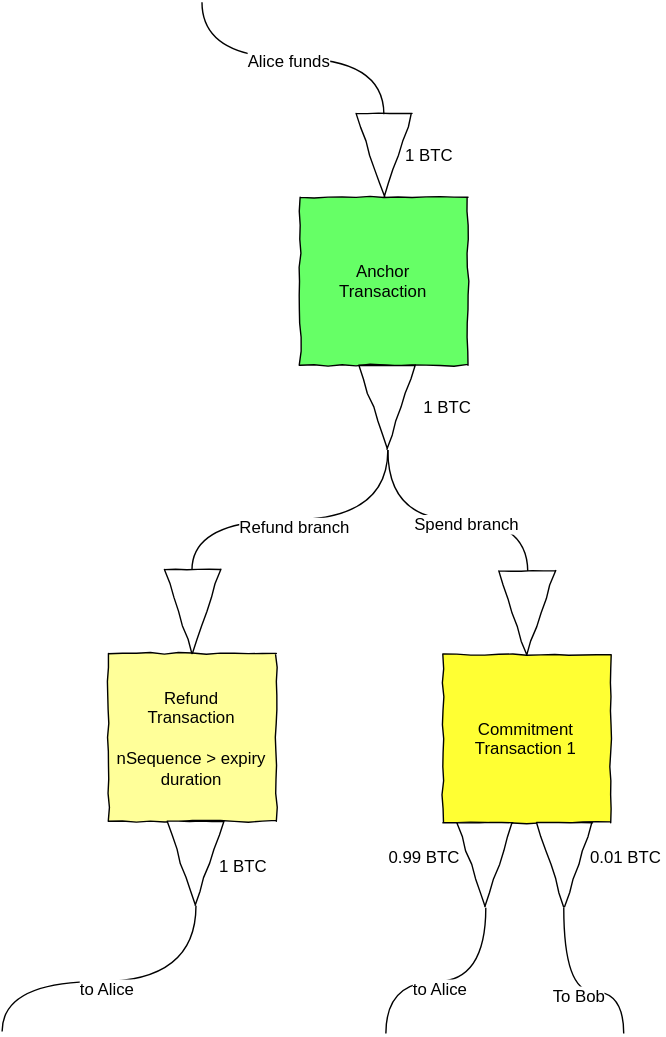
Above: Simple_Channel3.svg in PayChan/bitcoin-payment-channels-taxonomy (draw.io), before the change. Source tidied: cells renumbered, new cells last; positions are measured from the earlier drawing's top-left corner, leaving out a move shared by most shapes.
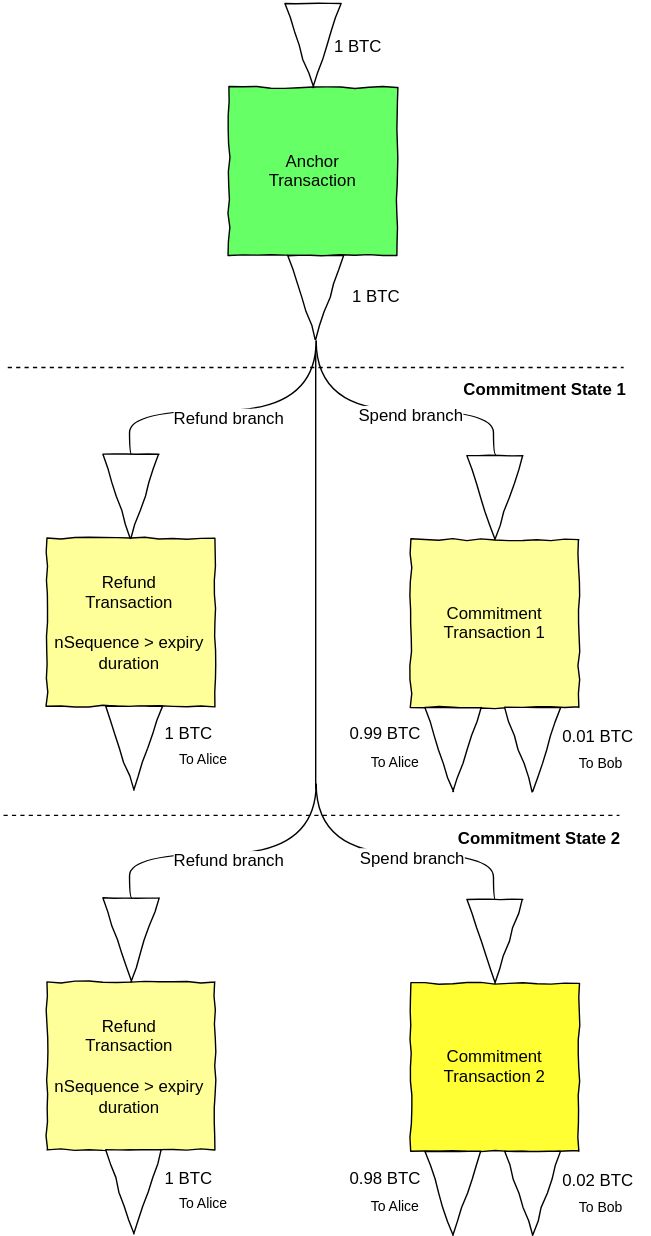
After the change.

Commit message:
Add recharging the channel and other stuff

What changed in the source:
```diff
@@ -3,162 +3,195 @@
     <mxCell id="0" />
     <mxCell id="1" parent="0" />
     <mxCell id="2" value="Anchor&lt;div&gt;Transaction&lt;/div&gt;" style="whiteSpace=wrap;html=1;comic=1;fillColor=#66FF66;" parent="1" vertex="1">
-      <mxGeometry x="214" y="139.4" width="120" height="120" as="geometry" />
+      <mxGeometry x="55" y="-1722" width="120" height="120" as="geometry" />
     </mxCell>
     <mxCell id="3" style="triangle;whiteSpace=wrap;html=1;comic=1;rotation=90;" parent="1" vertex="1">
-      <mxGeometry x="244" y="89.4" width="60" height="40" as="geometry" />
+      <mxGeometry x="85" y="-1772" width="60" height="40" as="geometry" />
     </mxCell>
     <mxCell id="4" style="triangle;whiteSpace=wrap;html=1;comic=1;rotation=90;" parent="1" vertex="1">
-      <mxGeometry x="246" y="269.4" width="60" height="40" as="geometry" />
+      <mxGeometry x="87" y="-1592" width="60" height="40" as="geometry" />
     </mxCell>
-    <mxCell id="5" style="endArrow=none;html=1;edgeStyle=orthogonalEdgeStyle;entryX=0;entryY=0.5;endFill=0;curved=1;" parent="1" edge="1">
-      <mxGeometry x="300" y="4390.4" as="geometry">
-        <mxPoint x="143.9" as="sourcePoint" />
-        <mxPoint x="273.9" y="80" as="targetPoint" />
+    <mxCell id="5" style="endArrow=none;html=1;edgeStyle=orthogonalEdgeStyle;endFill=0;curved=1;exitX=1;exitY=0.5;entryX=0;entryY=0.5;" parent="1" edge="1" source="4" target="17">
+      <mxGeometry x="288" y="2859" as="geometry">
         <Array as="points">
-          <mxPoint x="144" y="39.4" />
-          <mxPoint x="274" y="39.4" />
+          <mxPoint x="117" y="-1491.4" />
+          <mxPoint x="244" y="-1491.4" />
         </Array>
       </mxGeometry>
     </mxCell>
-    <mxCell id="6" value="Alice funds" style="text;html=1;align=center;verticalAlign=middle;labelBackgroundColor=#ffffff;" parent="5" vertex="1">
+    <mxCell id="6" value="Spend branch" style="text;html=1;align=center;verticalAlign=middle;labelBackgroundColor=#ffffff;" parent="5" vertex="1">
       <mxGeometry relative="1" as="geometry">
-        <mxPoint x="-4" y="1" as="offset" />
+        <mxPoint x="12" y="2" as="offset" />
       </mxGeometry>
     </mxCell>
-    <mxCell id="7" value="Alice funds" style="text;html=1;align=center;verticalAlign=middle;labelBackgroundColor=#ffffff;" parent="1" vertex="1">
-      <mxGeometry x="205.6" y="41" as="geometry">
-        <mxPoint x="-4" y="1" as="offset" />
+    <mxCell id="7" value="Spend branch" style="text;html=1;align=center;verticalAlign=middle;labelBackgroundColor=#ffffff;" parent="1" vertex="1">
+      <mxGeometry x="184.3" y="-1489.3" as="geometry">
+        <mxPoint x="12" y="2" as="offset" />
       </mxGeometry>
     </mxCell>
-    <mxCell id="8" style="endArrow=none;html=1;edgeStyle=orthogonalEdgeStyle;endFill=0;curved=1;exitX=1;exitY=0.5;entryX=0;entryY=0.5;" parent="1" edge="1" source="4" target="23">
-      <mxGeometry x="447" y="4720.4" as="geometry">
+    <mxCell id="8" style="endArrow=none;html=1;edgeStyle=orthogonalEdgeStyle;endFill=0;curved=1;exitX=1;exitY=0.5;entryX=0;entryY=0.5;" parent="1" edge="1" source="4" target="14">
+      <mxGeometry x="-2" y="2869" as="geometry">
         <Array as="points">
-          <mxPoint x="276" y="369.4" />
-          <mxPoint x="376" y="369.4" />
+          <mxPoint x="117" y="-1491.4" />
+          <mxPoint x="-16" y="-1491.4" />
         </Array>
       </mxGeometry>
     </mxCell>
-    <mxCell id="9" value="Spend branch" style="text;html=1;align=center;verticalAlign=middle;labelBackgroundColor=#ffffff;" parent="8" vertex="1">
+    <mxCell id="9" value="Refund branch" style="text;html=1;align=center;verticalAlign=middle;labelBackgroundColor=#ffffff;" parent="8" vertex="1">
       <mxGeometry relative="1" as="geometry">
-        <mxPoint x="12" y="2" as="offset" />
+        <mxPoint x="-4" y="4" as="offset" />
       </mxGeometry>
     </mxCell>
-    <mxCell id="10" value="Spend branch" style="text;html=1;align=center;verticalAlign=middle;labelBackgroundColor=#ffffff;" parent="1" vertex="1">
-      <mxGeometry x="333" y="372" as="geometry">
-        <mxPoint x="12" y="2" as="offset" />
+    <mxCell id="10" value="Refund branch" style="text;html=1;align=center;verticalAlign=middle;labelBackgroundColor=#ffffff;" parent="1" vertex="1">
+      <mxGeometry x="55" y="-1487.3" as="geometry">
+        <mxPoint x="-4" y="4" as="offset" />
       </mxGeometry>
     </mxCell>
-    <mxCell id="11" style="endArrow=none;html=1;edgeStyle=orthogonalEdgeStyle;endFill=0;curved=1;exitX=1;exitY=0.5;entryX=0;entryY=0.5;" parent="1" edge="1" source="4" target="17">
-      <mxGeometry x="157" y="4730.4" as="geometry">
-        <Array as="points">
-          <mxPoint x="276" y="369.4" />
-          <mxPoint x="137" y="369.4" />
-        </Array>
-      </mxGeometry>
+    <mxCell id="11" value="1 BTC" style="text;html=1;strokeColor=none;fillColor=none;align=center;verticalAlign=middle;whiteSpace=wrap;overflow=hidden;comic=1;" parent="1" vertex="1">
+      <mxGeometry x="126" y="-1772" width="42" height="39" as="geometry" />
     </mxCell>
-    <mxCell id="12" value="Refund branch" style="text;html=1;align=center;verticalAlign=middle;labelBackgroundColor=#ffffff;" parent="11" vertex="1">
-      <mxGeometry relative="1" as="geometry">
-        <mxPoint x="-4" y="4" as="offset" />
-      </mxGeometry>
+    <mxCell id="12" value="1 BTC" style="text;html=1;strokeColor=none;fillColor=none;align=center;verticalAlign=middle;whiteSpace=wrap;overflow=hidden;comic=1;" parent="1" vertex="1">
+      <mxGeometry x="136" y="-1592" width="48" height="39" as="geometry" />
     </mxCell>
-    <mxCell id="13" value="Refund branch" style="text;html=1;align=center;verticalAlign=middle;labelBackgroundColor=#ffffff;" parent="1" vertex="1">
-      <mxGeometry x="209.9" y="374" as="geometry">
-        <mxPoint x="-4" y="4" as="offset" />
-      </mxGeometry>
+    <mxCell id="13" value="&lt;span&gt;Refund&lt;/span&gt;&lt;div&gt;Transaction&lt;/div&gt;&lt;div&gt;&lt;br&gt;&lt;/div&gt;&lt;div&gt;nSequence &amp;gt; expiry duration&lt;/div&gt;" style="whiteSpace=wrap;html=1;comic=1;fillColor=#FFFF99;" parent="1" vertex="1">
+      <mxGeometry x="-75" y="-1400" width="120" height="120" as="geometry" />
     </mxCell>
-    <mxCell id="14" value="1 BTC" style="text;html=1;strokeColor=none;fillColor=none;align=center;verticalAlign=middle;whiteSpace=wrap;overflow=hidden;comic=1;" parent="1" vertex="1">
-      <mxGeometry x="285" y="89.4" width="42" height="39" as="geometry" />
+    <mxCell id="14" style="triangle;whiteSpace=wrap;html=1;comic=1;rotation=90;" parent="1" vertex="1">
+      <mxGeometry x="-45" y="-1450" width="60" height="40" as="geometry" />
     </mxCell>
-    <mxCell id="15" value="1 BTC" style="text;html=1;strokeColor=none;fillColor=none;align=center;verticalAlign=middle;whiteSpace=wrap;overflow=hidden;comic=1;" parent="1" vertex="1">
-      <mxGeometry x="295" y="269.4" width="48" height="39" as="geometry" />
+    <mxCell id="15" style="triangle;whiteSpace=wrap;html=1;comic=1;rotation=90;" parent="1" vertex="1">
+      <mxGeometry x="-43" y="-1270" width="60" height="40" as="geometry" />
     </mxCell>
-    <mxCell id="16" value="&lt;span&gt;Refund&lt;/span&gt;&lt;div&gt;Transaction&lt;/div&gt;&lt;div&gt;&lt;br&gt;&lt;/div&gt;&lt;div&gt;nSequence &amp;gt; expiry duration&lt;/div&gt;" style="whiteSpace=wrap;html=1;comic=1;fillColor=#FFFF99;" parent="1" vertex="1">
-      <mxGeometry x="77" y="465.4" width="120" height="120" as="geometry" />
+    <mxCell id="16" value="Commitment&lt;div&gt;Transaction 1&lt;/div&gt;" style="whiteSpace=wrap;html=1;comic=1;fillColor=#FFFF99;" parent="1" vertex="1">
+      <mxGeometry x="185" y="-1399" width="120" height="120" as="geometry" />
     </mxCell>
     <mxCell id="17" style="triangle;whiteSpace=wrap;html=1;comic=1;rotation=90;" parent="1" vertex="1">
-      <mxGeometry x="107" y="415.4" width="60" height="40" as="geometry" />
+      <mxGeometry x="215" y="-1449" width="60" height="40" as="geometry" />
     </mxCell>
     <mxCell id="18" style="triangle;whiteSpace=wrap;html=1;comic=1;rotation=90;" parent="1" vertex="1">
-      <mxGeometry x="109" y="595.4" width="60" height="40" as="geometry" />
+      <mxGeometry x="185" y="-1269" width="60" height="40" as="geometry" />
     </mxCell>
-    <mxCell id="19" style="endArrow=none;html=1;edgeStyle=orthogonalEdgeStyle;endFill=0;curved=1;exitX=1;exitY=0.5;entryX=0;entryY=0.5;" parent="1" edge="1" source="18">
-      <mxGeometry x="20" y="5060.4" as="geometry">
-        <mxPoint x="1" y="735.7" as="targetPoint" />
-        <Array as="points">
-          <mxPoint x="139" y="699.4" />
-          <mxPoint y="699.4" />
-        </Array>
-      </mxGeometry>
+    <mxCell id="19" style="triangle;whiteSpace=wrap;html=1;comic=1;rotation=90;" parent="1" vertex="1">
+      <mxGeometry x="242" y="-1269" width="60" height="40" as="geometry" />
     </mxCell>
-    <mxCell id="20" value="to Alice" style="text;html=1;align=center;verticalAlign=middle;labelBackgroundColor=#ffffff;" parent="19" vertex="1">
-      <mxGeometry relative="1" as="geometry">
-        <mxPoint x="-4" y="4" as="offset" />
-      </mxGeometry>
+    <mxCell id="20" value="&lt;div&gt;0.99 BTC&lt;/div&gt;" style="text;html=1;strokeColor=none;fillColor=none;align=center;verticalAlign=middle;whiteSpace=wrap;overflow=hidden;comic=1;" parent="1" vertex="1">
+      <mxGeometry x="138" y="-1280" width="57" height="39" as="geometry" />
     </mxCell>
-    <mxCell id="21" value="to Alice" style="text;html=1;align=center;verticalAlign=middle;labelBackgroundColor=#ffffff;" parent="1" vertex="1">
-      <mxGeometry x="75.6" y="704" as="geometry">
-        <mxPoint x="-4" y="4" as="offset" />
-      </mxGeometry>
+    <mxCell id="21" value="&lt;div&gt;0.01 BTC&lt;/div&gt;" style="text;html=1;strokeColor=none;fillColor=none;align=center;verticalAlign=middle;whiteSpace=wrap;overflow=hidden;comic=1;" parent="1" vertex="1">
+      <mxGeometry x="289" y="-1279" width="57" height="39" as="geometry" />
     </mxCell>
-    <mxCell id="22" value="Commitment&lt;div&gt;Transaction 1&lt;/div&gt;" style="whiteSpace=wrap;html=1;comic=1;fillColor=#FFFF33;" parent="1" vertex="1">
-      <mxGeometry x="316" y="466.4" width="120" height="120" as="geometry" />
+    <mxCell id="22" value="1 BTC" style="text;html=1;strokeColor=none;fillColor=none;align=center;verticalAlign=middle;whiteSpace=wrap;overflow=hidden;comic=1;" parent="1" vertex="1">
+      <mxGeometry x="2" y="-1280" width="48" height="39" as="geometry" />
     </mxCell>
-    <mxCell id="23" style="triangle;whiteSpace=wrap;html=1;comic=1;rotation=90;" parent="1" vertex="1">
-      <mxGeometry x="346" y="416.4" width="60" height="40" as="geometry" />
+    <mxCell id="23" value="&lt;font style=&quot;font-size: 10px&quot;&gt;To Alice&lt;/font&gt;" style="text;html=1;strokeColor=none;fillColor=none;align=center;verticalAlign=middle;whiteSpace=wrap;overflow=hidden;" parent="1" vertex="1">
+      <mxGeometry x="7" y="-1253.4" width="59" height="20" as="geometry" />
     </mxCell>
-    <mxCell id="24" style="triangle;whiteSpace=wrap;html=1;comic=1;rotation=90;" parent="1" vertex="1">
-      <mxGeometry x="316" y="596.4" width="60" height="40" as="geometry" />
+    <mxCell id="24" value="&lt;font style=&quot;font-size: 10px&quot;&gt;To Alice&lt;/font&gt;" style="text;html=1;strokeColor=none;fillColor=none;align=center;verticalAlign=middle;whiteSpace=wrap;overflow=hidden;" parent="1" vertex="1">
+      <mxGeometry x="144" y="-1251.4" width="59" height="20" as="geometry" />
     </mxCell>
-    <mxCell id="25" style="endArrow=none;html=1;edgeStyle=orthogonalEdgeStyle;endFill=0;curved=1;exitX=1;exitY=0.5;" parent="1" edge="1" source="24">
-      <mxGeometry x="227" y="5061.4" as="geometry">
-        <mxPoint x="275.3" y="737.1" as="targetPoint" />
-        <Array as="points">
-          <mxPoint x="346" y="700.4" />
-          <mxPoint x="274" y="700.4" />
-        </Array>
-      </mxGeometry>
+    <mxCell id="25" value="&lt;font style=&quot;font-size: 10px&quot;&gt;To Bob&lt;/font&gt;" style="text;html=1;strokeColor=none;fillColor=none;align=center;verticalAlign=middle;whiteSpace=wrap;overflow=hidden;" parent="1" vertex="1">
+      <mxGeometry x="291" y="-1250.4" width="59" height="20" as="geometry" />
     </mxCell>
-    <mxCell id="26" value="to Alice" style="text;html=1;align=center;verticalAlign=middle;labelBackgroundColor=#ffffff;" parent="25" vertex="1">
-      <mxGeometry relative="1" as="geometry">
-        <mxPoint x="-4" y="4" as="offset" />
+    <mxCell id="26" style="endArrow=none;html=1;edgeStyle=orthogonalEdgeStyle;endFill=0;curved=1;exitX=1;exitY=0.5;entryX=0;entryY=0.5;" parent="1" edge="1" target="36">
+      <mxGeometry x="288" y="3176" as="geometry">
+        <mxPoint x="117.3" y="-1224.7" as="sourcePoint" />
+        <Array as="points">
+          <mxPoint x="117" y="-1174.4" />
+          <mxPoint x="244" y="-1174.4" />
+        </Array>
       </mxGeometry>
     </mxCell>
-    <mxCell id="27" value="to Alice" style="text;html=1;align=center;verticalAlign=middle;labelBackgroundColor=#ffffff;" parent="1" vertex="1">
-      <mxGeometry x="314.1" y="704" as="geometry">
-        <mxPoint x="-4" y="4" as="offset" />
+    <mxCell id="27" value="Spend branch" style="text;html=1;align=center;verticalAlign=middle;labelBackgroundColor=#ffffff;" parent="26" vertex="1">
+      <mxGeometry relative="1" as="geometry">
+        <mxPoint x="12" y="2" as="offset" />
       </mxGeometry>
     </mxCell>
-    <mxCell id="28" style="triangle;whiteSpace=wrap;html=1;comic=1;rotation=90;" parent="1" vertex="1">
-      <mxGeometry x="373" y="596.4" width="60" height="40" as="geometry" />
+    <mxCell id="28" value="Spend branch" style="text;html=1;points=[];align=center;verticalAlign=middle;labelBackgroundColor=#ffffff;" parent="1" vertex="1">
+      <mxGeometry x="186" y="-1172.7" as="geometry">
+        <mxPoint x="12" y="2" as="offset" />
+      </mxGeometry>
     </mxCell>
-    <mxCell id="29" style="endArrow=none;html=1;edgeStyle=orthogonalEdgeStyle;endFill=0;curved=1;exitX=1;exitY=0.5;" parent="1" edge="1" source="28">
-      <mxGeometry x="574" y="5057.4" as="geometry">
-        <mxPoint x="445.3" y="737.1" as="targetPoint" />
+    <mxCell id="29" style="endArrow=none;html=1;edgeStyle=orthogonalEdgeStyle;endFill=0;curved=1;exitX=1;exitY=0.5;entryX=0;entryY=0.5;" parent="1" edge="1" target="33">
+      <mxGeometry x="-2" y="3186" as="geometry">
+        <mxPoint x="117.3" y="-1224.7" as="sourcePoint" />
         <Array as="points">
-          <mxPoint x="403" y="706.4" />
-          <mxPoint x="444" y="706.4" />
+          <mxPoint x="117" y="-1174.4" />
+          <mxPoint x="-16" y="-1174.4" />
         </Array>
       </mxGeometry>
     </mxCell>
-    <mxCell id="30" value="To Bob" style="text;html=1;align=center;verticalAlign=middle;labelBackgroundColor=#ffffff;" parent="29" vertex="1">
+    <mxCell id="30" value="Refund branch" style="text;html=1;align=center;verticalAlign=middle;labelBackgroundColor=#ffffff;" parent="29" vertex="1">
       <mxGeometry relative="1" as="geometry">
-        <mxPoint x="3" y="2" as="offset" />
+        <mxPoint x="-4" y="4" as="offset" />
       </mxGeometry>
     </mxCell>
-    <mxCell id="31" value="To Bob" style="text;html=1;align=center;verticalAlign=middle;labelBackgroundColor=#ffffff;" parent="1" vertex="1">
-      <mxGeometry x="412.6" y="709.1" as="geometry">
-        <mxPoint x="3" y="2" as="offset" />
+    <mxCell id="31" value="Refund branch" style="text;html=1;align=center;verticalAlign=middle;labelBackgroundColor=#ffffff;" parent="1" vertex="1">
+      <mxGeometry x="55" y="-1170.7" as="geometry">
+        <mxPoint x="-4" y="4" as="offset" />
       </mxGeometry>
     </mxCell>
-    <mxCell id="32" value="&lt;div&gt;0.99 BTC&lt;/div&gt;" style="text;html=1;strokeColor=none;fillColor=none;align=center;verticalAlign=middle;whiteSpace=wrap;overflow=hidden;comic=1;" parent="1" vertex="1">
-      <mxGeometry x="273" y="591.4" width="57" height="39" as="geometry" />
+    <mxCell id="32" value="&lt;span&gt;Refund&lt;/span&gt;&lt;div&gt;Transaction&lt;/div&gt;&lt;div&gt;&lt;br&gt;&lt;/div&gt;&lt;div&gt;nSequence &amp;gt; expiry duration&lt;/div&gt;" style="whiteSpace=wrap;html=1;comic=1;fillColor=#FFFF99;" parent="1" vertex="1">
+      <mxGeometry x="-75" y="-1083" width="120" height="120" as="geometry" />
     </mxCell>
-    <mxCell id="33" value="&lt;div&gt;0.01 BTC&lt;/div&gt;" style="text;html=1;strokeColor=none;fillColor=none;align=center;verticalAlign=middle;whiteSpace=wrap;overflow=hidden;comic=1;" parent="1" vertex="1">
-      <mxGeometry x="417" y="591.4" width="57" height="39" as="geometry" />
+    <mxCell id="33" style="triangle;whiteSpace=wrap;html=1;comic=1;rotation=90;" parent="1" vertex="1">
+      <mxGeometry x="-45" y="-1133" width="60" height="40" as="geometry" />
     </mxCell>
-    <mxCell id="34" value="1 BTC" style="text;html=1;strokeColor=none;fillColor=none;align=center;verticalAlign=middle;whiteSpace=wrap;overflow=hidden;comic=1;" parent="1" vertex="1">
-      <mxGeometry x="149" y="597.4" width="48" height="39" as="geometry" />
+    <mxCell id="34" style="triangle;whiteSpace=wrap;html=1;comic=1;rotation=90;" parent="1" vertex="1">
+      <mxGeometry x="-43" y="-953" width="60" height="40" as="geometry" />
     </mxCell>
+    <mxCell id="35" value="Commitment&lt;div&gt;Transaction 2&lt;/div&gt;" style="whiteSpace=wrap;html=1;comic=1;fillColor=#FFFF33;" parent="1" vertex="1">
+      <mxGeometry x="185" y="-1082" width="120" height="120" as="geometry" />
+    </mxCell>
+    <mxCell id="36" style="triangle;whiteSpace=wrap;html=1;comic=1;rotation=90;" parent="1" vertex="1">
+      <mxGeometry x="215" y="-1132" width="60" height="40" as="geometry" />
+    </mxCell>
+    <mxCell id="37" style="triangle;whiteSpace=wrap;html=1;comic=1;rotation=90;" parent="1" vertex="1">
+      <mxGeometry x="185" y="-952" width="60" height="40" as="geometry" />
+    </mxCell>
+    <mxCell id="38" style="triangle;whiteSpace=wrap;html=1;comic=1;rotation=90;" parent="1" vertex="1">
+      <mxGeometry x="242" y="-952" width="60" height="40" as="geometry" />
+    </mxCell>
+    <mxCell id="39" value="&lt;div&gt;0.98 BTC&lt;/div&gt;" style="text;html=1;strokeColor=none;fillColor=none;align=center;verticalAlign=middle;whiteSpace=wrap;overflow=hidden;comic=1;" parent="1" vertex="1">
+      <mxGeometry x="138" y="-963" width="57" height="39" as="geometry" />
+    </mxCell>
+    <mxCell id="40" value="&lt;div&gt;0.02 BTC&lt;/div&gt;" style="text;html=1;strokeColor=none;fillColor=none;align=center;verticalAlign=middle;whiteSpace=wrap;overflow=hidden;comic=1;" parent="1" vertex="1">
+      <mxGeometry x="289" y="-962" width="57" height="39" as="geometry" />
+    </mxCell>
+    <mxCell id="41" value="1 BTC" style="text;html=1;strokeColor=none;fillColor=none;align=center;verticalAlign=middle;whiteSpace=wrap;overflow=hidden;comic=1;" parent="1" vertex="1">
+      <mxGeometry x="2" y="-963" width="48" height="39" as="geometry" />
+    </mxCell>
+    <mxCell id="42" value="&lt;font style=&quot;font-size: 10px&quot;&gt;To Alice&lt;/font&gt;" style="text;html=1;strokeColor=none;fillColor=none;align=center;verticalAlign=middle;whiteSpace=wrap;overflow=hidden;" parent="1" vertex="1">
+      <mxGeometry x="7" y="-936.4" width="59" height="20" as="geometry" />
+    </mxCell>
+    <mxCell id="43" value="&lt;font style=&quot;font-size: 10px&quot;&gt;To Alice&lt;/font&gt;" style="text;html=1;strokeColor=none;fillColor=none;align=center;verticalAlign=middle;whiteSpace=wrap;overflow=hidden;" parent="1" vertex="1">
+      <mxGeometry x="144" y="-934.4" width="59" height="20" as="geometry" />
+    </mxCell>
+    <mxCell id="44" value="&lt;font style=&quot;font-size: 10px&quot;&gt;To Bob&lt;/font&gt;" style="text;html=1;strokeColor=none;fillColor=none;align=center;verticalAlign=middle;whiteSpace=wrap;overflow=hidden;" parent="1" vertex="1">
+      <mxGeometry x="291" y="-933.4" width="59" height="20" as="geometry" />
+    </mxCell>
+    <mxCell id="45" style="endArrow=none;html=1;endFill=0;" parent="1" edge="1">
+      <mxGeometry x="273" y="2854" as="geometry">
+        <mxPoint x="117" y="-1537" as="sourcePoint" />
+        <mxPoint x="117" y="-1221" as="targetPoint" />
+      </mxGeometry>
+    </mxCell>
+    <mxCell id="46" style="endArrow=none;html=1;endFill=0;dashed=1;" parent="1" edge="1">
+      <mxGeometry x="50" y="3189" as="geometry">
+        <mxPoint x="-106" y="-1202" as="sourcePoint" />
+        <mxPoint x="334" y="-1202" as="targetPoint" />
+      </mxGeometry>
+    </mxCell>
+    <mxCell id="47" style="endArrow=none;html=1;endFill=0;dashed=1;" parent="1" edge="1">
+      <mxGeometry x="53" y="2869" as="geometry">
+        <mxPoint x="-103" y="-1522" as="sourcePoint" />
+        <mxPoint x="337" y="-1522" as="targetPoint" />
+      </mxGeometry>
+    </mxCell>
+    <mxCell id="48" value="&lt;b&gt;Commitment State 1&lt;/b&gt;" style="text;html=1;strokeColor=none;fillColor=none;align=center;verticalAlign=middle;whiteSpace=wrap;overflow=hidden;" parent="1" vertex="1">
+      <mxGeometry x="203" y="-1517" width="153" height="20" as="geometry" />
+    </mxCell>
+    <mxCell id="49" value="&lt;b&gt;Commitment State 2&lt;/b&gt;" style="text;html=1;strokeColor=none;fillColor=none;align=center;verticalAlign=middle;whiteSpace=wrap;overflow=hidden;" parent="1" vertex="1">
+      <mxGeometry x="199" y="-1196.3" width="153" height="20" as="geometry" />
+    </mxCell>
   </root>
 </mxGraphModel>
```
